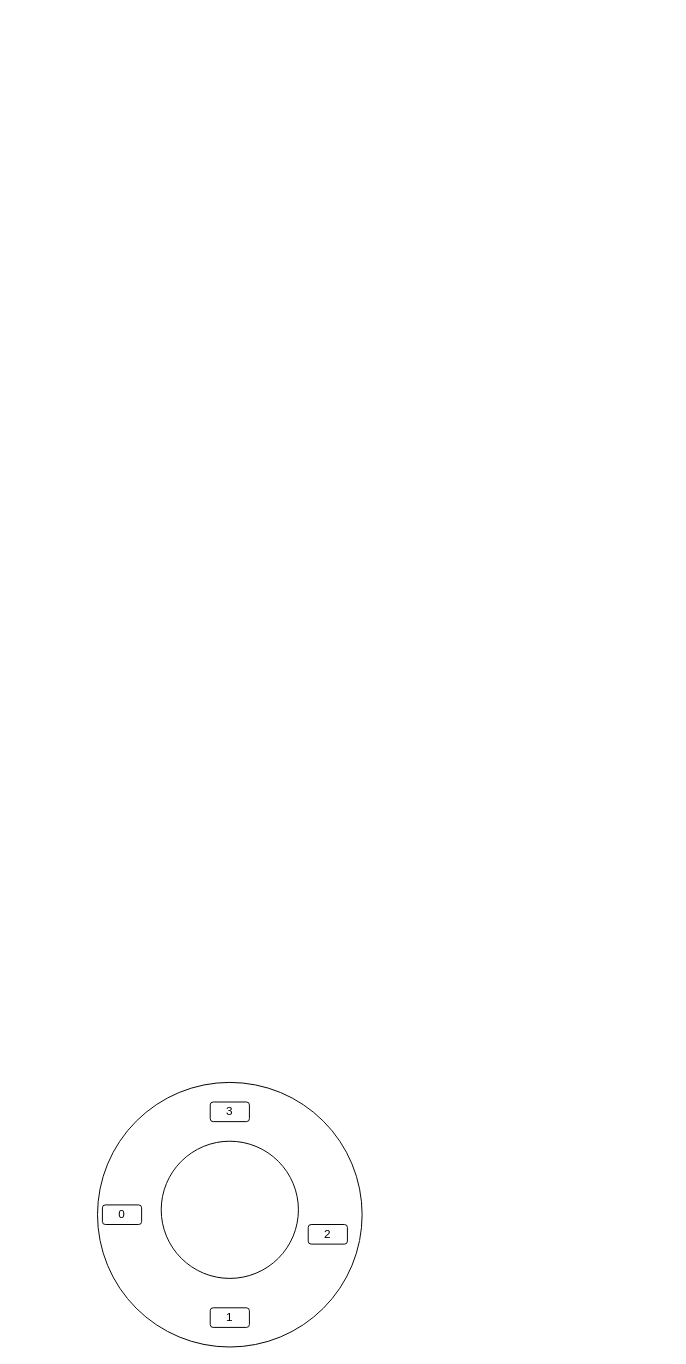
Before: dsa_book/linked_list/circlular_list.drawio in sanketwagh147/Python_Learning, a draw.io diagram. Source tidied: cells renumbered, new cells numbered last; positions are measured from the earlier drawing's top-left corner, leaving out a move shared by most shapes. Both pictures are drawn from the tidied source at 98%, with x=0, y=0 at pixel (97, 1082).
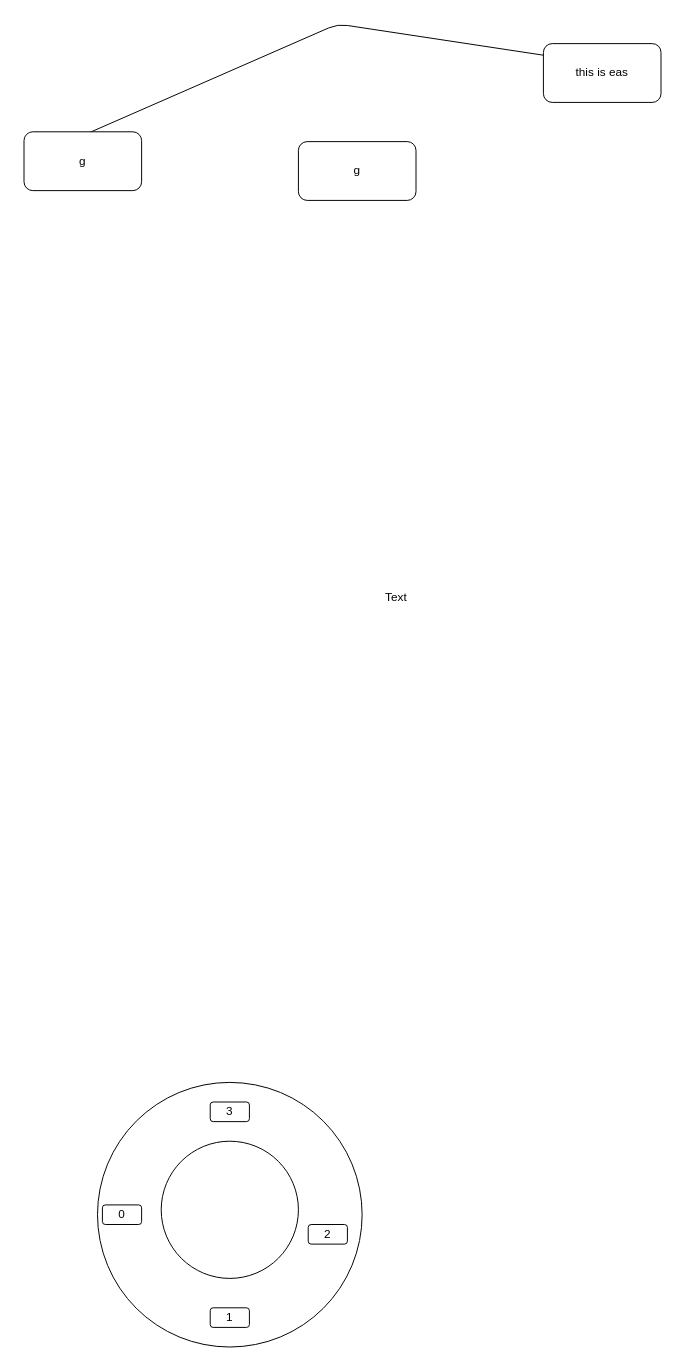
The same page after the edit.

Commit message (it also covers changes not shown here):
Daily coding challenge 1/180

Change to the diagram source:
```diff
@@
 <mxGraphModel>
   <root>
     <mxCell id="0" />
     <mxCell id="1" parent="0" />
     <mxCell id="2" style="ellipse;whiteSpace=wrap;html=1;" parent="1" vertex="1">
       <mxGeometry width="270" height="270" as="geometry" />
     </mxCell>
     <mxCell id="3" style="ellipse;whiteSpace=wrap;html=1;" parent="1" vertex="1">
       <mxGeometry x="65" y="60" width="140" height="140" as="geometry" />
     </mxCell>
     <mxCell id="4" value="2" style="rounded=1;whiteSpace=wrap;html=1;" parent="1" vertex="1">
       <mxGeometry x="215" y="145" width="40" height="20" as="geometry" />
     </mxCell>
     <mxCell id="5" value="0" style="rounded=1;whiteSpace=wrap;html=1;" parent="1" vertex="1">
       <mxGeometry x="5" y="125" width="40" height="20" as="geometry" />
     </mxCell>
     <mxCell id="6" value="1" style="rounded=1;whiteSpace=wrap;html=1;" parent="1" vertex="1">
       <mxGeometry x="115" y="230" width="40" height="20" as="geometry" />
     </mxCell>
     <mxCell id="7" value="3" style="rounded=1;whiteSpace=wrap;html=1;" parent="1" vertex="1">
       <mxGeometry x="115" y="20" width="40" height="20" as="geometry" />
     </mxCell>
+    <mxCell id="8" value="Text" style="text;html=1;strokeColor=none;fillColor=none;align=center;verticalAlign=middle;whiteSpace=wrap;rounded=0;" parent="1" vertex="1">
+      <mxGeometry x="275" y="-510" width="60" height="30" as="geometry" />
+    </mxCell>
+    <mxCell id="9" style="edgeStyle=none;html=1;exitX=1;exitY=0.5;exitDx=0;exitDy=0;entryX=0;entryY=0.5;entryDx=0;entryDy=0;" parent="1" edge="1" source="10" target="11">
+      <mxGeometry relative="1" as="geometry">
+        <Array as="points">
+          <mxPoint x="245" y="-1080" />
+        </Array>
+      </mxGeometry>
+    </mxCell>
+    <mxCell id="10" value="this is eas" style="rounded=1;whiteSpace=wrap;html=1;" parent="1" vertex="1">
+      <mxGeometry x="455" y="-1060" width="120" height="60" as="geometry" />
+    </mxCell>
+    <mxCell id="11" value="g" style="rounded=1;whiteSpace=wrap;html=1;" parent="1" vertex="1">
+      <mxGeometry x="-75" y="-970" width="120" height="60" as="geometry" />
+    </mxCell>
+    <mxCell id="12" value="g" style="rounded=1;whiteSpace=wrap;html=1;" parent="1" vertex="1">
+      <mxGeometry x="205" y="-960" width="120" height="60" as="geometry" />
+    </mxCell>
   </root>
 </mxGraphModel>
```
